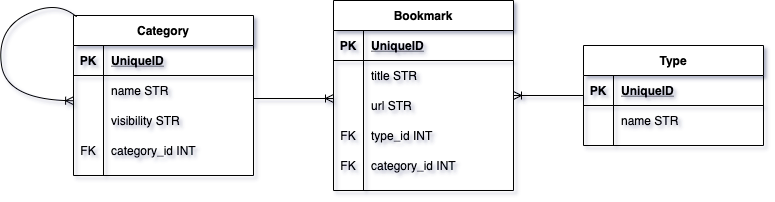
Before: app/assets/images/bookmark_diagram.drawio.png, a diagram exported from draw.io (denisse-orellana/bookmarks). Source tidied: cells renumbered, new cells last; positions are measured from the earlier drawing's top-left corner, leaving out a move shared by most shapes. The source it was exported from:
```xml
<mxGraphModel>
  <root>
    <mxCell id="0" />
    <mxCell id="1" parent="0" />
    <mxCell id="2" style="edgeStyle=orthogonalEdgeStyle;rounded=0;orthogonalLoop=1;jettySize=auto;html=1;endArrow=ERoneToMany;endFill=0;" parent="1" edge="1">
      <mxGeometry relative="1" as="geometry">
        <mxPoint x="257" y="99" as="sourcePoint" />
        <mxPoint x="337" y="99" as="targetPoint" />
      </mxGeometry>
    </mxCell>
    <mxCell id="3" value="Category" style="shape=table;startSize=30;rowLines=0;fontStyle=1;align=center;" parent="1" vertex="1">
      <mxGeometry x="77" y="16" width="180" height="160" as="geometry" />
    </mxCell>
    <mxCell id="4" style="shape=partialRectangle;fillColor=none;top=0;left=0;bottom=1;right=0;" parent="3" vertex="1">
      <mxGeometry y="30" width="180" height="30" as="geometry" />
    </mxCell>
    <mxCell id="5" value="PK" style="shape=partialRectangle;fillColor=none;top=0;left=0;bottom=0;right=0;fontStyle=1;overflow=hidden;" parent="4" vertex="1">
      <mxGeometry width="30" height="30" as="geometry" />
    </mxCell>
    <mxCell id="6" value="UniqueID" style="shape=partialRectangle;fillColor=none;top=0;left=0;bottom=0;right=0;align=left;spacingLeft=6;fontStyle=5;overflow=hidden;" parent="4" vertex="1">
      <mxGeometry x="30" width="150" height="30" as="geometry" />
    </mxCell>
    <mxCell id="7" style="shape=partialRectangle;fillColor=none;top=0;left=0;bottom=0;right=0;" parent="3" vertex="1">
      <mxGeometry y="60" width="180" height="30" as="geometry" />
    </mxCell>
    <mxCell id="8" style="shape=partialRectangle;fillColor=none;top=0;left=0;bottom=0;right=0;overflow=hidden;" parent="7" vertex="1">
      <mxGeometry width="30" height="30" as="geometry" />
    </mxCell>
    <mxCell id="9" value="name STR" style="shape=partialRectangle;fillColor=none;top=0;left=0;bottom=0;right=0;align=left;spacingLeft=6;overflow=hidden;" parent="7" vertex="1">
      <mxGeometry x="30" width="150" height="30" as="geometry" />
    </mxCell>
    <mxCell id="10" style="shape=partialRectangle;fillColor=none;top=0;left=0;bottom=0;right=0;" parent="3" vertex="1">
      <mxGeometry y="90" width="180" height="30" as="geometry" />
    </mxCell>
    <mxCell id="11" style="shape=partialRectangle;fillColor=none;top=0;left=0;bottom=0;right=0;overflow=hidden;" parent="10" vertex="1">
      <mxGeometry width="30" height="30" as="geometry" />
    </mxCell>
    <mxCell id="12" value="visibility STR" style="shape=partialRectangle;fillColor=none;top=0;left=0;bottom=0;right=0;align=left;spacingLeft=6;overflow=hidden;" parent="10" vertex="1">
      <mxGeometry x="30" width="150" height="30" as="geometry" />
    </mxCell>
    <mxCell id="13" style="shape=partialRectangle;fillColor=none;top=0;left=0;bottom=0;right=0;" parent="3" vertex="1">
      <mxGeometry y="120" width="180" height="30" as="geometry" />
    </mxCell>
    <mxCell id="14" value="FK" style="shape=partialRectangle;fillColor=none;top=0;left=0;bottom=0;right=0;overflow=hidden;" parent="13" vertex="1">
      <mxGeometry width="30" height="30" as="geometry" />
    </mxCell>
    <mxCell id="15" value="category_id INT" style="shape=partialRectangle;fillColor=none;top=0;left=0;bottom=0;right=0;align=left;spacingLeft=6;overflow=hidden;" parent="13" vertex="1">
      <mxGeometry x="30" width="150" height="30" as="geometry" />
    </mxCell>
    <mxCell id="16" style="edgeStyle=orthogonalEdgeStyle;rounded=0;jettySize=auto;html=1;startArrow=ERoneToMany;startFill=0;endArrow=none;endFill=0;" parent="1" edge="1" source="17" target="33">
      <mxGeometry relative="1" as="geometry" />
    </mxCell>
    <mxCell id="17" value="Bookmark" style="shape=table;startSize=30;rowLines=0;fontStyle=1;align=center;" parent="1" vertex="1">
      <mxGeometry x="337" y="1" width="180" height="190" as="geometry" />
    </mxCell>
    <mxCell id="18" style="shape=partialRectangle;fillColor=none;top=0;left=0;bottom=1;right=0;" parent="17" vertex="1">
      <mxGeometry y="30" width="180" height="30" as="geometry" />
    </mxCell>
    <mxCell id="19" value="PK" style="shape=partialRectangle;fillColor=none;top=0;left=0;bottom=0;right=0;fontStyle=1;overflow=hidden;" parent="18" vertex="1">
      <mxGeometry width="30" height="30" as="geometry" />
    </mxCell>
    <mxCell id="20" value="UniqueID" style="shape=partialRectangle;fillColor=none;top=0;left=0;bottom=0;right=0;align=left;spacingLeft=6;fontStyle=5;overflow=hidden;" parent="18" vertex="1">
      <mxGeometry x="30" width="150" height="30" as="geometry" />
    </mxCell>
    <mxCell id="21" style="shape=partialRectangle;fillColor=none;top=0;left=0;bottom=0;right=0;" parent="17" vertex="1">
      <mxGeometry y="60" width="180" height="30" as="geometry" />
    </mxCell>
    <mxCell id="22" style="shape=partialRectangle;fillColor=none;top=0;left=0;bottom=0;right=0;overflow=hidden;" parent="21" vertex="1">
      <mxGeometry width="30" height="30" as="geometry" />
    </mxCell>
    <mxCell id="23" value="title STR" style="shape=partialRectangle;fillColor=none;top=0;left=0;bottom=0;right=0;align=left;spacingLeft=6;overflow=hidden;" parent="21" vertex="1">
      <mxGeometry x="30" width="150" height="30" as="geometry" />
    </mxCell>
    <mxCell id="24" style="shape=partialRectangle;fillColor=none;top=0;left=0;bottom=0;right=0;" parent="17" vertex="1">
      <mxGeometry y="90" width="180" height="30" as="geometry" />
    </mxCell>
    <mxCell id="25" style="shape=partialRectangle;fillColor=none;top=0;left=0;bottom=0;right=0;overflow=hidden;" parent="24" vertex="1">
      <mxGeometry width="30" height="30" as="geometry" />
    </mxCell>
    <mxCell id="26" value="url STR" style="shape=partialRectangle;fillColor=none;top=0;left=0;bottom=0;right=0;align=left;spacingLeft=6;overflow=hidden;" parent="24" vertex="1">
      <mxGeometry x="30" width="150" height="30" as="geometry" />
    </mxCell>
    <mxCell id="27" style="shape=partialRectangle;fillColor=none;top=0;left=0;bottom=0;right=0;" parent="17" vertex="1">
      <mxGeometry y="120" width="180" height="30" as="geometry" />
    </mxCell>
    <mxCell id="28" value="FK" style="shape=partialRectangle;fillColor=none;top=0;left=0;bottom=0;right=0;overflow=hidden;" parent="27" vertex="1">
      <mxGeometry width="30" height="30" as="geometry" />
    </mxCell>
    <mxCell id="29" value="type_id INT" style="shape=partialRectangle;fillColor=none;top=0;left=0;bottom=0;right=0;align=left;spacingLeft=6;overflow=hidden;" parent="27" vertex="1">
      <mxGeometry x="30" width="150" height="30" as="geometry" />
    </mxCell>
    <mxCell id="30" style="shape=partialRectangle;fillColor=none;top=0;left=0;bottom=0;right=0;" parent="17" vertex="1">
      <mxGeometry y="150" width="180" height="30" as="geometry" />
    </mxCell>
    <mxCell id="31" value="FK" style="shape=partialRectangle;fillColor=none;top=0;left=0;bottom=0;right=0;overflow=hidden;" parent="30" vertex="1">
      <mxGeometry width="30" height="30" as="geometry" />
    </mxCell>
    <mxCell id="32" value="category_id INT" style="shape=partialRectangle;fillColor=none;top=0;left=0;bottom=0;right=0;align=left;spacingLeft=6;overflow=hidden;" parent="30" vertex="1">
      <mxGeometry x="30" width="150" height="30" as="geometry" />
    </mxCell>
    <mxCell id="33" value="Type" style="shape=table;startSize=30;rowLines=0;fontStyle=1;align=center;" parent="1" vertex="1">
      <mxGeometry x="587" y="46" width="180" height="100" as="geometry" />
    </mxCell>
    <mxCell id="34" style="shape=partialRectangle;fillColor=none;top=0;left=0;bottom=1;right=0;" parent="33" vertex="1">
      <mxGeometry y="30" width="180" height="30" as="geometry" />
    </mxCell>
    <mxCell id="35" value="PK" style="shape=partialRectangle;fillColor=none;top=0;left=0;bottom=0;right=0;fontStyle=1;overflow=hidden;" parent="34" vertex="1">
      <mxGeometry width="30" height="30" as="geometry" />
    </mxCell>
    <mxCell id="36" value="UniqueID" style="shape=partialRectangle;fillColor=none;top=0;left=0;bottom=0;right=0;align=left;spacingLeft=6;fontStyle=5;overflow=hidden;" parent="34" vertex="1">
      <mxGeometry x="30" width="150" height="30" as="geometry" />
    </mxCell>
    <mxCell id="37" style="shape=partialRectangle;fillColor=none;top=0;left=0;bottom=0;right=0;" parent="33" vertex="1">
      <mxGeometry y="60" width="180" height="30" as="geometry" />
    </mxCell>
    <mxCell id="38" style="shape=partialRectangle;fillColor=none;top=0;left=0;bottom=0;right=0;overflow=hidden;" parent="37" vertex="1">
      <mxGeometry width="30" height="30" as="geometry" />
    </mxCell>
    <mxCell id="39" value="name STR" style="shape=partialRectangle;fillColor=none;top=0;left=0;bottom=0;right=0;align=left;spacingLeft=6;overflow=hidden;" parent="37" vertex="1">
      <mxGeometry x="30" width="150" height="30" as="geometry" />
    </mxCell>
    <mxCell id="40" style="curved=1;endArrow=ERoneToMany;html=1;rounded=0;endFill=0;entryX=-0.016;entryY=0.874;entryDx=0;entryDy=0;entryPerimeter=0;" parent="1" edge="1">
      <mxGeometry relative="1" as="geometry">
        <mxPoint x="80" y="17.3" as="sourcePoint" />
        <mxPoint x="77.1" y="101.2" as="targetPoint" />
        <Array as="points">
          <mxPoint x="60" />
          <mxPoint y="30" />
          <mxPoint x="10" y="101" />
        </Array>
      </mxGeometry>
    </mxCell>
  </root>
</mxGraphModel>
```
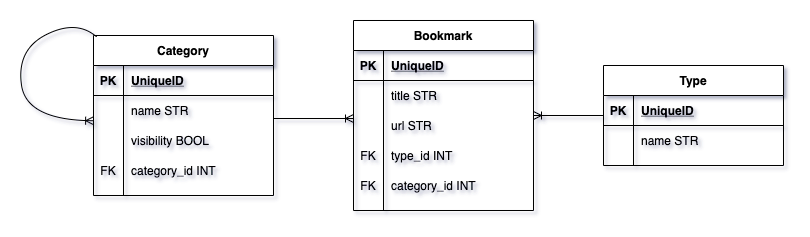
Above is the later version.

Change to the diagram source:
```diff
@@ -35,7 +35,7 @@
     <mxCell id="11" style="shape=partialRectangle;fillColor=none;top=0;left=0;bottom=0;right=0;overflow=hidden;" parent="10" vertex="1">
       <mxGeometry width="30" height="30" as="geometry" />
     </mxCell>
-    <mxCell id="12" value="visibility STR" style="shape=partialRectangle;fillColor=none;top=0;left=0;bottom=0;right=0;align=left;spacingLeft=6;overflow=hidden;" parent="10" vertex="1">
+    <mxCell id="12" value="visibility BOOL" style="shape=partialRectangle;fillColor=none;top=0;left=0;bottom=0;right=0;align=left;spacingLeft=6;overflow=hidden;" parent="10" vertex="1">
       <mxGeometry x="30" width="150" height="30" as="geometry" />
     </mxCell>
     <mxCell id="13" style="shape=partialRectangle;fillColor=none;top=0;left=0;bottom=0;right=0;" parent="3" vertex="1">
```
